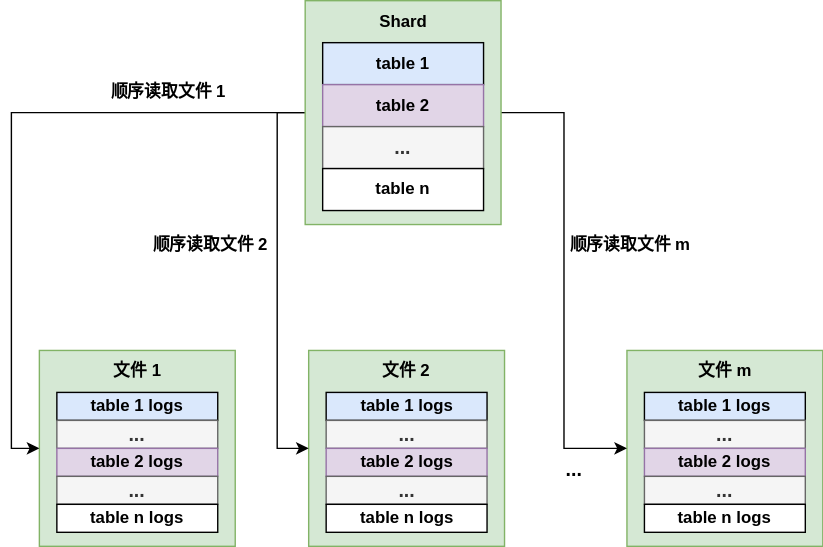
Above: rocksshard.drawio.svg in Rachelint/drawio-store (draw.io), before the change. Source tidied: cells renumbered, new cells last; positions are measured from the earlier drawing's top-left corner, leaving out a move shared by most shapes. The source it was exported from:
```xml
<mxGraphModel>
  <root>
    <mxCell id="0" />
    <mxCell id="1" parent="0" />
    <mxCell id="2" style="rounded=0;whiteSpace=wrap;html=1;fillColor=#d5e8d4;strokeColor=#82b366;fontStyle=1;" parent="1" vertex="1">
      <mxGeometry x="419.5" y="250" width="140" height="140" as="geometry" />
    </mxCell>
    <mxCell id="3" style="rounded=0;whiteSpace=wrap;html=1;fillColor=#d5e8d4;strokeColor=#82b366;fontStyle=1;" parent="1" vertex="1">
      <mxGeometry x="192" y="250" width="140" height="140" as="geometry" />
    </mxCell>
    <mxCell id="4" style="rounded=0;whiteSpace=wrap;html=1;fillColor=#d5e8d4;strokeColor=#82b366;fontStyle=1;" parent="1" vertex="1">
      <mxGeometry x="-0.5" y="250" width="140" height="140" as="geometry" />
    </mxCell>
    <mxCell id="5" style="edgeStyle=orthogonalEdgeStyle;rounded=0;jettySize=auto;html=1;exitX=0;exitY=0.5;exitDx=0;exitDy=0;entryX=0;entryY=0.5;entryDx=0;entryDy=0;fontStyle=1;" parent="1" edge="1" source="8" target="4">
      <mxGeometry relative="1" as="geometry" />
    </mxCell>
    <mxCell id="6" style="edgeStyle=orthogonalEdgeStyle;rounded=0;jettySize=auto;html=1;exitX=0;exitY=0.5;exitDx=0;exitDy=0;entryX=0;entryY=0.5;entryDx=0;entryDy=0;fontStyle=1;" parent="1" edge="1" source="8" target="3">
      <mxGeometry relative="1" as="geometry" />
    </mxCell>
    <mxCell id="7" style="edgeStyle=orthogonalEdgeStyle;rounded=0;jettySize=auto;html=1;exitX=1;exitY=0.5;exitDx=0;exitDy=0;entryX=0;entryY=0.5;entryDx=0;entryDy=0;fontStyle=1;" parent="1" edge="1" source="8" target="2">
      <mxGeometry relative="1" as="geometry" />
    </mxCell>
    <mxCell id="8" style="rounded=0;whiteSpace=wrap;html=1;fillColor=#d5e8d4;strokeColor=#82b366;fontStyle=1;" parent="1" vertex="1">
      <mxGeometry x="189.5" width="140" height="160" as="geometry" />
    </mxCell>
    <mxCell id="9" value="table 1" style="rounded=0;whiteSpace=wrap;html=1;fillColor=#dae8fc;strokeColor=#000000;fontStyle=1;" parent="1" vertex="1">
      <mxGeometry x="202" y="30" width="115" height="30" as="geometry" />
    </mxCell>
    <mxCell id="10" value="table 2" style="rounded=0;whiteSpace=wrap;html=1;fillColor=#e1d5e7;strokeColor=#9673a6;fontStyle=1;" parent="1" vertex="1">
      <mxGeometry x="202" y="60" width="115" height="30" as="geometry" />
    </mxCell>
    <mxCell id="11" value="&lt;font style=&quot;font-size: 14px;&quot;&gt;&lt;span&gt;...&lt;/span&gt;&lt;/font&gt;" style="rounded=0;whiteSpace=wrap;html=1;fillColor=#f5f5f5;strokeColor=#666666;fontColor=#333333;fontStyle=1;" parent="1" vertex="1">
      <mxGeometry x="202" y="90" width="115" height="30" as="geometry" />
    </mxCell>
    <mxCell id="12" value="table n" style="rounded=0;whiteSpace=wrap;html=1;fontStyle=1;" parent="1" vertex="1">
      <mxGeometry x="202" y="120" width="115" height="30" as="geometry" />
    </mxCell>
    <mxCell id="13" value="Shard" style="text;html=1;strokeColor=none;fillColor=none;align=center;verticalAlign=middle;whiteSpace=wrap;rounded=0;fontStyle=1;" parent="1" vertex="1">
      <mxGeometry x="230" width="60" height="30" as="geometry" />
    </mxCell>
    <mxCell id="14" value="table 1 logs" style="rounded=0;whiteSpace=wrap;html=1;fillColor=#dae8fc;strokeColor=#000000;fontStyle=1;" parent="1" vertex="1">
      <mxGeometry x="12" y="280" width="115" height="20" as="geometry" />
    </mxCell>
    <mxCell id="15" value="&lt;font style=&quot;font-size: 14px;&quot;&gt;&lt;span&gt;...&lt;/span&gt;&lt;/font&gt;" style="rounded=0;whiteSpace=wrap;html=1;fillColor=#f5f5f5;strokeColor=#666666;fontColor=#333333;fontStyle=1;" parent="1" vertex="1">
      <mxGeometry x="12" y="300" width="115" height="20" as="geometry" />
    </mxCell>
    <mxCell id="16" value="table 2 logs" style="rounded=0;whiteSpace=wrap;html=1;fillColor=#e1d5e7;strokeColor=#9673a6;fontStyle=1;" parent="1" vertex="1">
      <mxGeometry x="12" y="320" width="115" height="20" as="geometry" />
    </mxCell>
    <mxCell id="17" value="&lt;font style=&quot;font-size: 14px;&quot;&gt;&lt;span&gt;...&lt;/span&gt;&lt;/font&gt;" style="rounded=0;whiteSpace=wrap;html=1;fillColor=#f5f5f5;strokeColor=#666666;fontColor=#333333;fontStyle=1;" parent="1" vertex="1">
      <mxGeometry x="12" y="340" width="115" height="20" as="geometry" />
    </mxCell>
    <mxCell id="18" value="table n logs" style="rounded=0;whiteSpace=wrap;html=1;fontStyle=1;" parent="1" vertex="1">
      <mxGeometry x="12" y="360" width="115" height="20" as="geometry" />
    </mxCell>
    <mxCell id="19" value="table 1 logs" style="rounded=0;whiteSpace=wrap;html=1;fillColor=#dae8fc;strokeColor=#000000;fontStyle=1;" parent="1" vertex="1">
      <mxGeometry x="204.5" y="280" width="115" height="20" as="geometry" />
    </mxCell>
    <mxCell id="20" value="&lt;font style=&quot;font-size: 14px;&quot;&gt;&lt;span&gt;...&lt;/span&gt;&lt;/font&gt;" style="rounded=0;whiteSpace=wrap;html=1;fillColor=#f5f5f5;strokeColor=#666666;fontColor=#333333;fontStyle=1;" parent="1" vertex="1">
      <mxGeometry x="204.5" y="300" width="115" height="20" as="geometry" />
    </mxCell>
    <mxCell id="21" value="table 2 logs" style="rounded=0;whiteSpace=wrap;html=1;fillColor=#e1d5e7;strokeColor=#9673a6;fontStyle=1;" parent="1" vertex="1">
      <mxGeometry x="204.5" y="320" width="115" height="20" as="geometry" />
    </mxCell>
    <mxCell id="22" value="&lt;font style=&quot;font-size: 14px;&quot;&gt;&lt;span&gt;...&lt;/span&gt;&lt;/font&gt;" style="rounded=0;whiteSpace=wrap;html=1;fillColor=#f5f5f5;strokeColor=#666666;fontColor=#333333;fontStyle=1;" parent="1" vertex="1">
      <mxGeometry x="204.5" y="340" width="115" height="20" as="geometry" />
    </mxCell>
    <mxCell id="23" value="table n logs" style="rounded=0;whiteSpace=wrap;html=1;fontStyle=1;" parent="1" vertex="1">
      <mxGeometry x="204.5" y="360" width="115" height="20" as="geometry" />
    </mxCell>
    <mxCell id="24" value="table 1 logs" style="rounded=0;whiteSpace=wrap;html=1;fillColor=#dae8fc;strokeColor=#000000;fontStyle=1;" parent="1" vertex="1">
      <mxGeometry x="432" y="280" width="115" height="20" as="geometry" />
    </mxCell>
    <mxCell id="25" value="&lt;font style=&quot;font-size: 14px;&quot;&gt;&lt;span&gt;...&lt;/span&gt;&lt;/font&gt;" style="rounded=0;whiteSpace=wrap;html=1;fillColor=#f5f5f5;strokeColor=#666666;fontColor=#333333;fontStyle=1;" parent="1" vertex="1">
      <mxGeometry x="432" y="300" width="115" height="20" as="geometry" />
    </mxCell>
    <mxCell id="26" value="table 2 logs" style="rounded=0;whiteSpace=wrap;html=1;fillColor=#e1d5e7;strokeColor=#9673a6;fontStyle=1;" parent="1" vertex="1">
      <mxGeometry x="432" y="320" width="115" height="20" as="geometry" />
    </mxCell>
    <mxCell id="27" value="&lt;font style=&quot;font-size: 14px;&quot;&gt;&lt;span&gt;...&lt;/span&gt;&lt;/font&gt;" style="rounded=0;whiteSpace=wrap;html=1;fillColor=#f5f5f5;strokeColor=#666666;fontColor=#333333;fontStyle=1;" parent="1" vertex="1">
      <mxGeometry x="432" y="340" width="115" height="20" as="geometry" />
    </mxCell>
    <mxCell id="28" value="table n logs" style="rounded=0;whiteSpace=wrap;html=1;fontStyle=1;" parent="1" vertex="1">
      <mxGeometry x="432" y="360" width="115" height="20" as="geometry" />
    </mxCell>
    <mxCell id="29" value="&lt;font style=&quot;font-size: 14px;&quot;&gt;&lt;span&gt;...&lt;/span&gt;&lt;br&gt;&lt;/font&gt;" style="text;html=1;strokeColor=none;fillColor=none;align=center;verticalAlign=middle;whiteSpace=wrap;rounded=0;fontStyle=1;" parent="1" vertex="1">
      <mxGeometry x="352" y="320" width="60" height="30" as="geometry" />
    </mxCell>
    <mxCell id="30" value="文件 1" style="text;html=1;strokeColor=none;fillColor=none;align=center;verticalAlign=middle;whiteSpace=wrap;rounded=0;fontStyle=1;" parent="1" vertex="1">
      <mxGeometry x="39.5" y="250" width="60" height="30" as="geometry" />
    </mxCell>
    <mxCell id="31" value="文件 2" style="text;html=1;strokeColor=none;fillColor=none;align=center;verticalAlign=middle;whiteSpace=wrap;rounded=0;fontStyle=1;" parent="1" vertex="1">
      <mxGeometry x="232" y="250" width="60" height="30" as="geometry" />
    </mxCell>
    <mxCell id="32" value="文件 m" style="text;html=1;strokeColor=none;fillColor=none;align=center;verticalAlign=middle;whiteSpace=wrap;rounded=0;fontStyle=1;" parent="1" vertex="1">
      <mxGeometry x="459.5" y="250" width="60" height="30" as="geometry" />
    </mxCell>
    <mxCell id="33" value="顺序读取文件 1" style="text;html=1;strokeColor=none;fillColor=none;align=center;verticalAlign=middle;whiteSpace=wrap;rounded=0;fontStyle=1;" parent="1" vertex="1">
      <mxGeometry x="42" y="50" width="100" height="30" as="geometry" />
    </mxCell>
    <mxCell id="34" value="顺序读取文件 2" style="text;html=1;strokeColor=none;fillColor=none;align=center;verticalAlign=middle;whiteSpace=wrap;rounded=0;fontStyle=1;" parent="1" vertex="1">
      <mxGeometry x="72" y="160" width="100" height="30" as="geometry" />
    </mxCell>
    <mxCell id="35" value="顺序读取文件 m" style="text;html=1;strokeColor=none;fillColor=none;align=center;verticalAlign=middle;whiteSpace=wrap;rounded=0;fontStyle=1;" parent="1" vertex="1">
      <mxGeometry x="372" y="160" width="100" height="30" as="geometry" />
    </mxCell>
  </root>
</mxGraphModel>
```
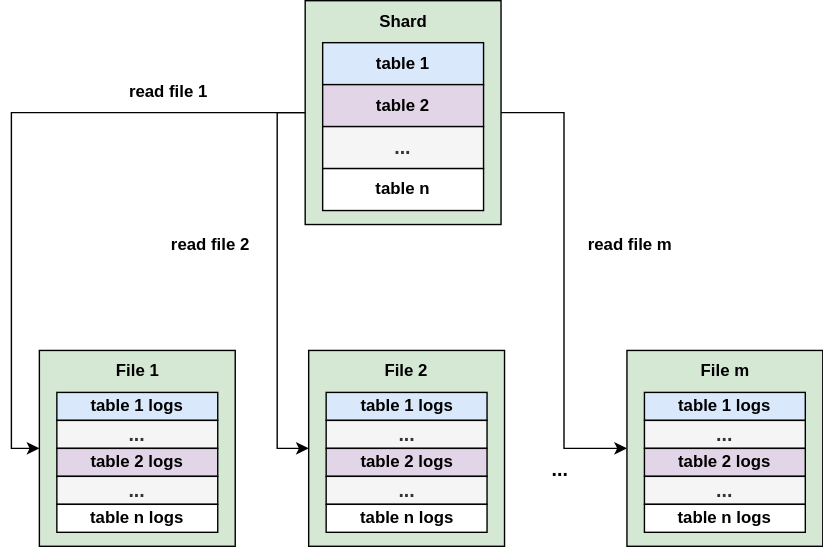
After the commit.

Diff of the diagram source:
```diff
@@ -2,13 +2,13 @@
   <root>
     <mxCell id="0" />
     <mxCell id="1" parent="0" />
-    <mxCell id="2" style="rounded=0;whiteSpace=wrap;html=1;fillColor=#d5e8d4;strokeColor=#82b366;fontStyle=1;" parent="1" vertex="1">
+    <mxCell id="2" style="rounded=0;whiteSpace=wrap;html=1;fillColor=#d5e8d4;strokeColor=#000000;fontStyle=1;" parent="1" vertex="1">
       <mxGeometry x="419.5" y="250" width="140" height="140" as="geometry" />
     </mxCell>
-    <mxCell id="3" style="rounded=0;whiteSpace=wrap;html=1;fillColor=#d5e8d4;strokeColor=#82b366;fontStyle=1;" parent="1" vertex="1">
+    <mxCell id="3" style="rounded=0;whiteSpace=wrap;html=1;fillColor=#d5e8d4;strokeColor=#000000;fontStyle=1;" parent="1" vertex="1">
       <mxGeometry x="192" y="250" width="140" height="140" as="geometry" />
     </mxCell>
-    <mxCell id="4" style="rounded=0;whiteSpace=wrap;html=1;fillColor=#d5e8d4;strokeColor=#82b366;fontStyle=1;" parent="1" vertex="1">
+    <mxCell id="4" style="rounded=0;whiteSpace=wrap;html=1;fillColor=#d5e8d4;strokeColor=#000000;fontStyle=1;" parent="1" vertex="1">
       <mxGeometry x="-0.5" y="250" width="140" height="140" as="geometry" />
     </mxCell>
     <mxCell id="5" style="edgeStyle=orthogonalEdgeStyle;rounded=0;jettySize=auto;html=1;exitX=0;exitY=0.5;exitDx=0;exitDy=0;entryX=0;entryY=0.5;entryDx=0;entryDy=0;fontStyle=1;" parent="1" edge="1" source="8" target="4">
@@ -20,19 +20,19 @@
     <mxCell id="7" style="edgeStyle=orthogonalEdgeStyle;rounded=0;jettySize=auto;html=1;exitX=1;exitY=0.5;exitDx=0;exitDy=0;entryX=0;entryY=0.5;entryDx=0;entryDy=0;fontStyle=1;" parent="1" edge="1" source="8" target="2">
       <mxGeometry relative="1" as="geometry" />
     </mxCell>
-    <mxCell id="8" style="rounded=0;whiteSpace=wrap;html=1;fillColor=#d5e8d4;strokeColor=#82b366;fontStyle=1;" parent="1" vertex="1">
+    <mxCell id="8" style="rounded=0;whiteSpace=wrap;html=1;fillColor=#d5e8d4;strokeColor=#000000;fontStyle=1;" parent="1" vertex="1">
       <mxGeometry x="189.5" width="140" height="160" as="geometry" />
     </mxCell>
     <mxCell id="9" value="table 1" style="rounded=0;whiteSpace=wrap;html=1;fillColor=#dae8fc;strokeColor=#000000;fontStyle=1;" parent="1" vertex="1">
       <mxGeometry x="202" y="30" width="115" height="30" as="geometry" />
     </mxCell>
-    <mxCell id="10" value="table 2" style="rounded=0;whiteSpace=wrap;html=1;fillColor=#e1d5e7;strokeColor=#9673a6;fontStyle=1;" parent="1" vertex="1">
+    <mxCell id="10" value="table 2" style="rounded=0;whiteSpace=wrap;html=1;fillColor=#e1d5e7;strokeColor=#000000;fontStyle=1;" parent="1" vertex="1">
       <mxGeometry x="202" y="60" width="115" height="30" as="geometry" />
     </mxCell>
-    <mxCell id="11" value="&lt;font style=&quot;font-size: 14px;&quot;&gt;&lt;span&gt;...&lt;/span&gt;&lt;/font&gt;" style="rounded=0;whiteSpace=wrap;html=1;fillColor=#f5f5f5;strokeColor=#666666;fontColor=#333333;fontStyle=1;" parent="1" vertex="1">
+    <mxCell id="11" value="&lt;font style=&quot;font-size: 14px;&quot;&gt;&lt;span&gt;...&lt;/span&gt;&lt;/font&gt;" style="rounded=0;whiteSpace=wrap;html=1;fillColor=#f5f5f5;strokeColor=#000000;fontColor=#333333;fontStyle=1;" parent="1" vertex="1">
       <mxGeometry x="202" y="90" width="115" height="30" as="geometry" />
     </mxCell>
-    <mxCell id="12" value="table n" style="rounded=0;whiteSpace=wrap;html=1;fontStyle=1;" parent="1" vertex="1">
+    <mxCell id="12" value="table n" style="rounded=0;whiteSpace=wrap;html=1;fontStyle=1;strokeColor=#000000;" parent="1" vertex="1">
       <mxGeometry x="202" y="120" width="115" height="30" as="geometry" />
     </mxCell>
     <mxCell id="13" value="Shard" style="text;html=1;strokeColor=none;fillColor=none;align=center;verticalAlign=middle;whiteSpace=wrap;rounded=0;fontStyle=1;" parent="1" vertex="1">
@@ -41,67 +41,67 @@
     <mxCell id="14" value="table 1 logs" style="rounded=0;whiteSpace=wrap;html=1;fillColor=#dae8fc;strokeColor=#000000;fontStyle=1;" parent="1" vertex="1">
       <mxGeometry x="12" y="280" width="115" height="20" as="geometry" />
     </mxCell>
-    <mxCell id="15" value="&lt;font style=&quot;font-size: 14px;&quot;&gt;&lt;span&gt;...&lt;/span&gt;&lt;/font&gt;" style="rounded=0;whiteSpace=wrap;html=1;fillColor=#f5f5f5;strokeColor=#666666;fontColor=#333333;fontStyle=1;" parent="1" vertex="1">
+    <mxCell id="15" value="&lt;font style=&quot;font-size: 14px;&quot;&gt;&lt;span&gt;...&lt;/span&gt;&lt;/font&gt;" style="rounded=0;whiteSpace=wrap;html=1;fillColor=#f5f5f5;strokeColor=#000000;fontColor=#333333;fontStyle=1;" parent="1" vertex="1">
       <mxGeometry x="12" y="300" width="115" height="20" as="geometry" />
     </mxCell>
-    <mxCell id="16" value="table 2 logs" style="rounded=0;whiteSpace=wrap;html=1;fillColor=#e1d5e7;strokeColor=#9673a6;fontStyle=1;" parent="1" vertex="1">
+    <mxCell id="16" value="table 2 logs" style="rounded=0;whiteSpace=wrap;html=1;fillColor=#e1d5e7;strokeColor=#000000;fontStyle=1;" parent="1" vertex="1">
       <mxGeometry x="12" y="320" width="115" height="20" as="geometry" />
     </mxCell>
-    <mxCell id="17" value="&lt;font style=&quot;font-size: 14px;&quot;&gt;&lt;span&gt;...&lt;/span&gt;&lt;/font&gt;" style="rounded=0;whiteSpace=wrap;html=1;fillColor=#f5f5f5;strokeColor=#666666;fontColor=#333333;fontStyle=1;" parent="1" vertex="1">
+    <mxCell id="17" value="&lt;font style=&quot;font-size: 14px;&quot;&gt;&lt;span&gt;...&lt;/span&gt;&lt;/font&gt;" style="rounded=0;whiteSpace=wrap;html=1;fillColor=#f5f5f5;strokeColor=#000000;fontColor=#333333;fontStyle=1;" parent="1" vertex="1">
       <mxGeometry x="12" y="340" width="115" height="20" as="geometry" />
     </mxCell>
-    <mxCell id="18" value="table n logs" style="rounded=0;whiteSpace=wrap;html=1;fontStyle=1;" parent="1" vertex="1">
+    <mxCell id="18" value="table n logs" style="rounded=0;whiteSpace=wrap;html=1;fontStyle=1;strokeColor=#000000;" parent="1" vertex="1">
       <mxGeometry x="12" y="360" width="115" height="20" as="geometry" />
     </mxCell>
     <mxCell id="19" value="table 1 logs" style="rounded=0;whiteSpace=wrap;html=1;fillColor=#dae8fc;strokeColor=#000000;fontStyle=1;" parent="1" vertex="1">
       <mxGeometry x="204.5" y="280" width="115" height="20" as="geometry" />
     </mxCell>
-    <mxCell id="20" value="&lt;font style=&quot;font-size: 14px;&quot;&gt;&lt;span&gt;...&lt;/span&gt;&lt;/font&gt;" style="rounded=0;whiteSpace=wrap;html=1;fillColor=#f5f5f5;strokeColor=#666666;fontColor=#333333;fontStyle=1;" parent="1" vertex="1">
+    <mxCell id="20" value="&lt;font style=&quot;font-size: 14px;&quot;&gt;&lt;span&gt;...&lt;/span&gt;&lt;/font&gt;" style="rounded=0;whiteSpace=wrap;html=1;fillColor=#f5f5f5;strokeColor=#000000;fontColor=#333333;fontStyle=1;" parent="1" vertex="1">
       <mxGeometry x="204.5" y="300" width="115" height="20" as="geometry" />
     </mxCell>
-    <mxCell id="21" value="table 2 logs" style="rounded=0;whiteSpace=wrap;html=1;fillColor=#e1d5e7;strokeColor=#9673a6;fontStyle=1;" parent="1" vertex="1">
+    <mxCell id="21" value="table 2 logs" style="rounded=0;whiteSpace=wrap;html=1;fillColor=#e1d5e7;strokeColor=#000000;fontStyle=1;" parent="1" vertex="1">
       <mxGeometry x="204.5" y="320" width="115" height="20" as="geometry" />
     </mxCell>
-    <mxCell id="22" value="&lt;font style=&quot;font-size: 14px;&quot;&gt;&lt;span&gt;...&lt;/span&gt;&lt;/font&gt;" style="rounded=0;whiteSpace=wrap;html=1;fillColor=#f5f5f5;strokeColor=#666666;fontColor=#333333;fontStyle=1;" parent="1" vertex="1">
+    <mxCell id="22" value="&lt;font style=&quot;font-size: 14px;&quot;&gt;&lt;span&gt;...&lt;/span&gt;&lt;/font&gt;" style="rounded=0;whiteSpace=wrap;html=1;fillColor=#f5f5f5;strokeColor=#000000;fontColor=#333333;fontStyle=1;" parent="1" vertex="1">
       <mxGeometry x="204.5" y="340" width="115" height="20" as="geometry" />
     </mxCell>
-    <mxCell id="23" value="table n logs" style="rounded=0;whiteSpace=wrap;html=1;fontStyle=1;" parent="1" vertex="1">
+    <mxCell id="23" value="table n logs" style="rounded=0;whiteSpace=wrap;html=1;fontStyle=1;strokeColor=#000000;" parent="1" vertex="1">
       <mxGeometry x="204.5" y="360" width="115" height="20" as="geometry" />
     </mxCell>
     <mxCell id="24" value="table 1 logs" style="rounded=0;whiteSpace=wrap;html=1;fillColor=#dae8fc;strokeColor=#000000;fontStyle=1;" parent="1" vertex="1">
       <mxGeometry x="432" y="280" width="115" height="20" as="geometry" />
     </mxCell>
-    <mxCell id="25" value="&lt;font style=&quot;font-size: 14px;&quot;&gt;&lt;span&gt;...&lt;/span&gt;&lt;/font&gt;" style="rounded=0;whiteSpace=wrap;html=1;fillColor=#f5f5f5;strokeColor=#666666;fontColor=#333333;fontStyle=1;" parent="1" vertex="1">
+    <mxCell id="25" value="&lt;font style=&quot;font-size: 14px;&quot;&gt;&lt;span&gt;...&lt;/span&gt;&lt;/font&gt;" style="rounded=0;whiteSpace=wrap;html=1;fillColor=#f5f5f5;strokeColor=#000000;fontColor=#333333;fontStyle=1;" parent="1" vertex="1">
       <mxGeometry x="432" y="300" width="115" height="20" as="geometry" />
     </mxCell>
-    <mxCell id="26" value="table 2 logs" style="rounded=0;whiteSpace=wrap;html=1;fillColor=#e1d5e7;strokeColor=#9673a6;fontStyle=1;" parent="1" vertex="1">
+    <mxCell id="26" value="table 2 logs" style="rounded=0;whiteSpace=wrap;html=1;fillColor=#e1d5e7;strokeColor=#000000;fontStyle=1;" parent="1" vertex="1">
       <mxGeometry x="432" y="320" width="115" height="20" as="geometry" />
     </mxCell>
-    <mxCell id="27" value="&lt;font style=&quot;font-size: 14px;&quot;&gt;&lt;span&gt;...&lt;/span&gt;&lt;/font&gt;" style="rounded=0;whiteSpace=wrap;html=1;fillColor=#f5f5f5;strokeColor=#666666;fontColor=#333333;fontStyle=1;" parent="1" vertex="1">
+    <mxCell id="27" value="&lt;font style=&quot;font-size: 14px;&quot;&gt;&lt;span&gt;...&lt;/span&gt;&lt;/font&gt;" style="rounded=0;whiteSpace=wrap;html=1;fillColor=#f5f5f5;strokeColor=#000000;fontColor=#333333;fontStyle=1;" parent="1" vertex="1">
       <mxGeometry x="432" y="340" width="115" height="20" as="geometry" />
     </mxCell>
-    <mxCell id="28" value="table n logs" style="rounded=0;whiteSpace=wrap;html=1;fontStyle=1;" parent="1" vertex="1">
+    <mxCell id="28" value="table n logs" style="rounded=0;whiteSpace=wrap;html=1;fontStyle=1;strokeColor=#000000;" parent="1" vertex="1">
       <mxGeometry x="432" y="360" width="115" height="20" as="geometry" />
     </mxCell>
     <mxCell id="29" value="&lt;font style=&quot;font-size: 14px;&quot;&gt;&lt;span&gt;...&lt;/span&gt;&lt;br&gt;&lt;/font&gt;" style="text;html=1;strokeColor=none;fillColor=none;align=center;verticalAlign=middle;whiteSpace=wrap;rounded=0;fontStyle=1;" parent="1" vertex="1">
-      <mxGeometry x="352" y="320" width="60" height="30" as="geometry" />
+      <mxGeometry x="342" y="320" width="60" height="30" as="geometry" />
     </mxCell>
-    <mxCell id="30" value="文件 1" style="text;html=1;strokeColor=none;fillColor=none;align=center;verticalAlign=middle;whiteSpace=wrap;rounded=0;fontStyle=1;" parent="1" vertex="1">
+    <mxCell id="30" value="File 1" style="text;html=1;strokeColor=none;fillColor=none;align=center;verticalAlign=middle;whiteSpace=wrap;rounded=0;fontStyle=1;" parent="1" vertex="1">
       <mxGeometry x="39.5" y="250" width="60" height="30" as="geometry" />
     </mxCell>
-    <mxCell id="31" value="文件 2" style="text;html=1;strokeColor=none;fillColor=none;align=center;verticalAlign=middle;whiteSpace=wrap;rounded=0;fontStyle=1;" parent="1" vertex="1">
+    <mxCell id="31" value="File 2" style="text;html=1;strokeColor=none;fillColor=none;align=center;verticalAlign=middle;whiteSpace=wrap;rounded=0;fontStyle=1;" parent="1" vertex="1">
       <mxGeometry x="232" y="250" width="60" height="30" as="geometry" />
     </mxCell>
-    <mxCell id="32" value="文件 m" style="text;html=1;strokeColor=none;fillColor=none;align=center;verticalAlign=middle;whiteSpace=wrap;rounded=0;fontStyle=1;" parent="1" vertex="1">
+    <mxCell id="32" value="File m" style="text;html=1;strokeColor=none;fillColor=none;align=center;verticalAlign=middle;whiteSpace=wrap;rounded=0;fontStyle=1;" parent="1" vertex="1">
       <mxGeometry x="459.5" y="250" width="60" height="30" as="geometry" />
     </mxCell>
-    <mxCell id="33" value="顺序读取文件 1" style="text;html=1;strokeColor=none;fillColor=none;align=center;verticalAlign=middle;whiteSpace=wrap;rounded=0;fontStyle=1;" parent="1" vertex="1">
+    <mxCell id="33" value="read file 1" style="text;html=1;strokeColor=none;fillColor=none;align=center;verticalAlign=middle;whiteSpace=wrap;rounded=0;fontStyle=1;" parent="1" vertex="1">
       <mxGeometry x="42" y="50" width="100" height="30" as="geometry" />
     </mxCell>
-    <mxCell id="34" value="顺序读取文件 2" style="text;html=1;strokeColor=none;fillColor=none;align=center;verticalAlign=middle;whiteSpace=wrap;rounded=0;fontStyle=1;" parent="1" vertex="1">
+    <mxCell id="34" value="read file 2" style="text;html=1;strokeColor=none;fillColor=none;align=center;verticalAlign=middle;whiteSpace=wrap;rounded=0;fontStyle=1;" parent="1" vertex="1">
       <mxGeometry x="72" y="160" width="100" height="30" as="geometry" />
     </mxCell>
-    <mxCell id="35" value="顺序读取文件 m" style="text;html=1;strokeColor=none;fillColor=none;align=center;verticalAlign=middle;whiteSpace=wrap;rounded=0;fontStyle=1;" parent="1" vertex="1">
+    <mxCell id="35" value="read file m" style="text;html=1;strokeColor=none;fillColor=none;align=center;verticalAlign=middle;whiteSpace=wrap;rounded=0;fontStyle=1;" parent="1" vertex="1">
       <mxGeometry x="372" y="160" width="100" height="30" as="geometry" />
     </mxCell>
   </root>
```
